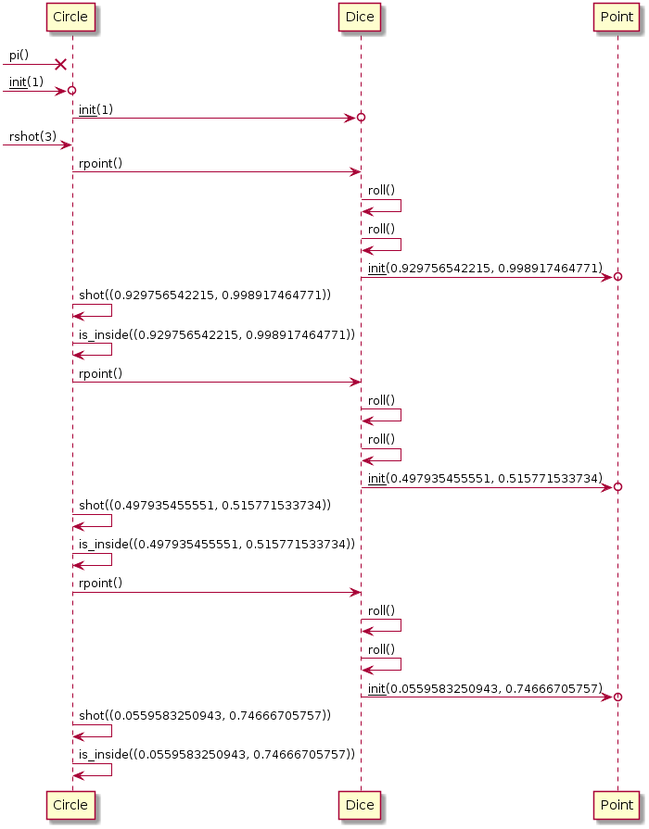
Above: doc/cucotracer.png in ozroc/autouml (PlantUML), before the change.
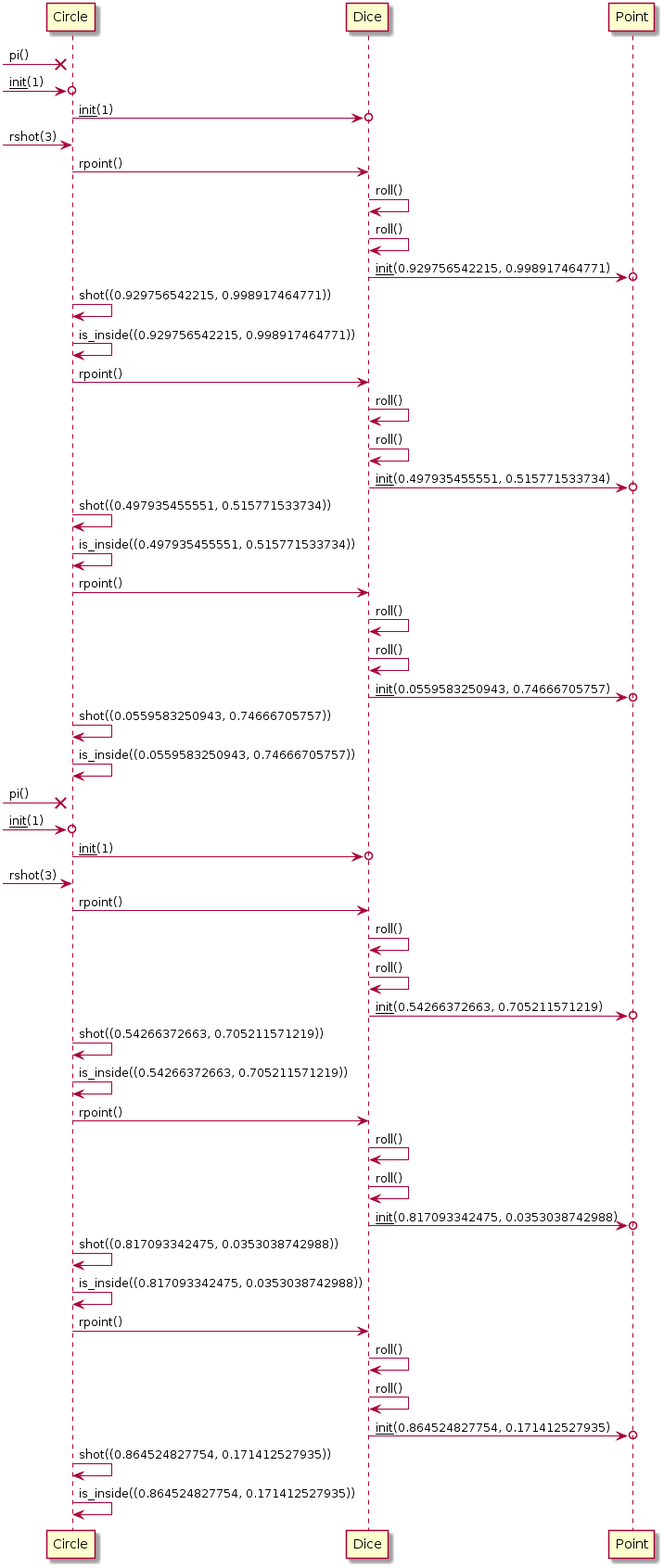
Later version of the same file.

What changed in the source:
```diff
@@ -21,4 +21,26 @@
 Dice ->o Point: __init__(0.0559583250943, 0.74666705757)
 Circle -> Circle: shot((0.0559583250943, 0.74666705757))
 Circle -> Circle: is_inside((0.0559583250943, 0.74666705757))
+[->x Circle: pi()
+[->o Circle: __init__(1)
+Circle ->o Dice: __init__(1)
+[-> Circle: rshot(3)
+Circle -> Dice: rpoint()
+Dice -> Dice: roll()
+Dice -> Dice: roll()
+Dice ->o Point: __init__(0.54266372663, 0.705211571219)
+Circle -> Circle: shot((0.54266372663, 0.705211571219))
+Circle -> Circle: is_inside((0.54266372663, 0.705211571219))
+Circle -> Dice: rpoint()
+Dice -> Dice: roll()
+Dice -> Dice: roll()
+Dice ->o Point: __init__(0.817093342475, 0.0353038742988)
+Circle -> Circle: shot((0.817093342475, 0.0353038742988))
+Circle -> Circle: is_inside((0.817093342475, 0.0353038742988))
+Circle -> Dice: rpoint()
+Dice -> Dice: roll()
+Dice -> Dice: roll()
+Dice ->o Point: __init__(0.864524827754, 0.171412527935)
+Circle -> Circle: shot((0.864524827754, 0.171412527935))
+Circle -> Circle: is_inside((0.864524827754, 0.171412527935))
 @enduml
```
